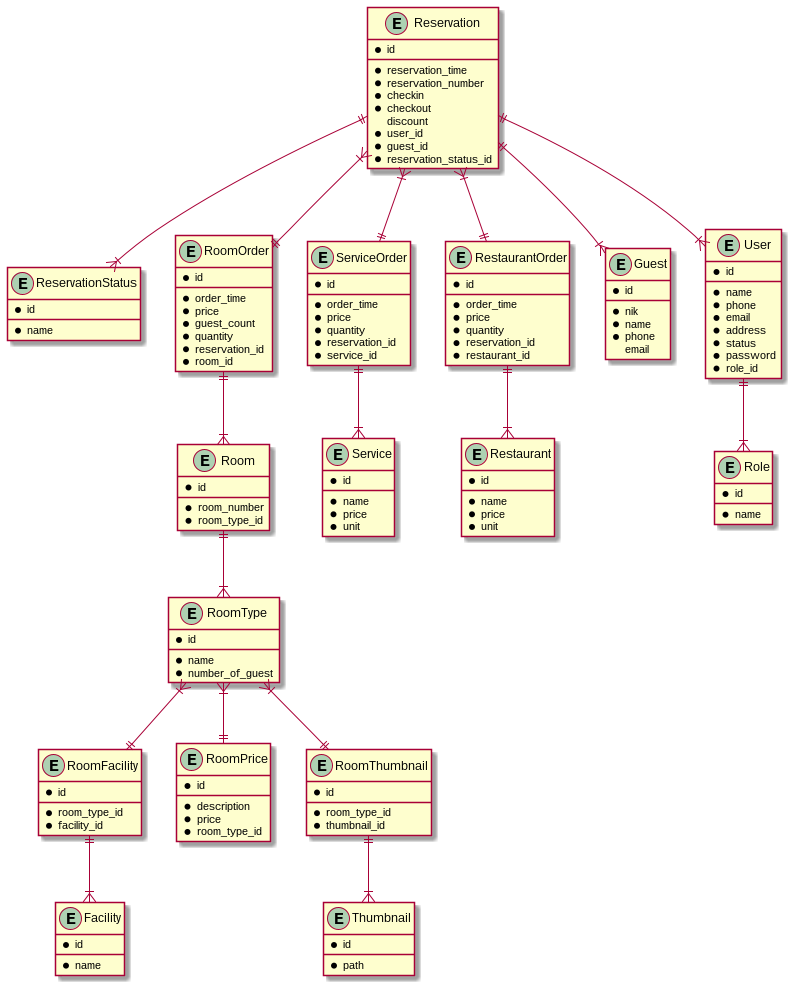
Earlier version of the PlantUML export designs/diagrams/database/SemuwainnDatabase.png (MuhammadIqbalAfandi/semuwainn).
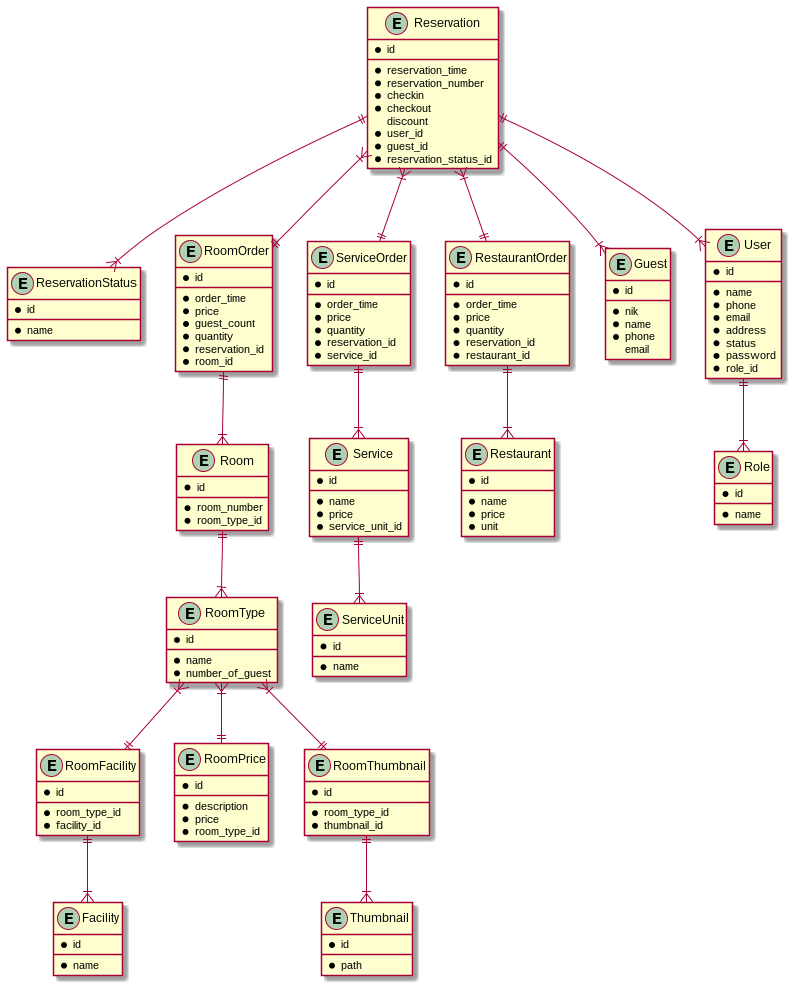
After the change.

What changed in the source:
```diff
@@ -44,7 +44,13 @@
     __
     * name
     * price
-    * unit
+    * service_unit_id
+  }
+
+  entity ServiceUnit {
+    * id
+    __
+    * name
   }
 
     entity RestaurantOrder {
@@ -154,6 +160,7 @@
   RoomFacility ||--|{ Facility
   RoomThumbnail ||--|{ Thumbnail
   ServiceOrder ||--|{ Service
+  Service ||--|{ ServiceUnit
   RestaurantOrder ||--|{ Restaurant
   User ||--|{ Role
 
```
